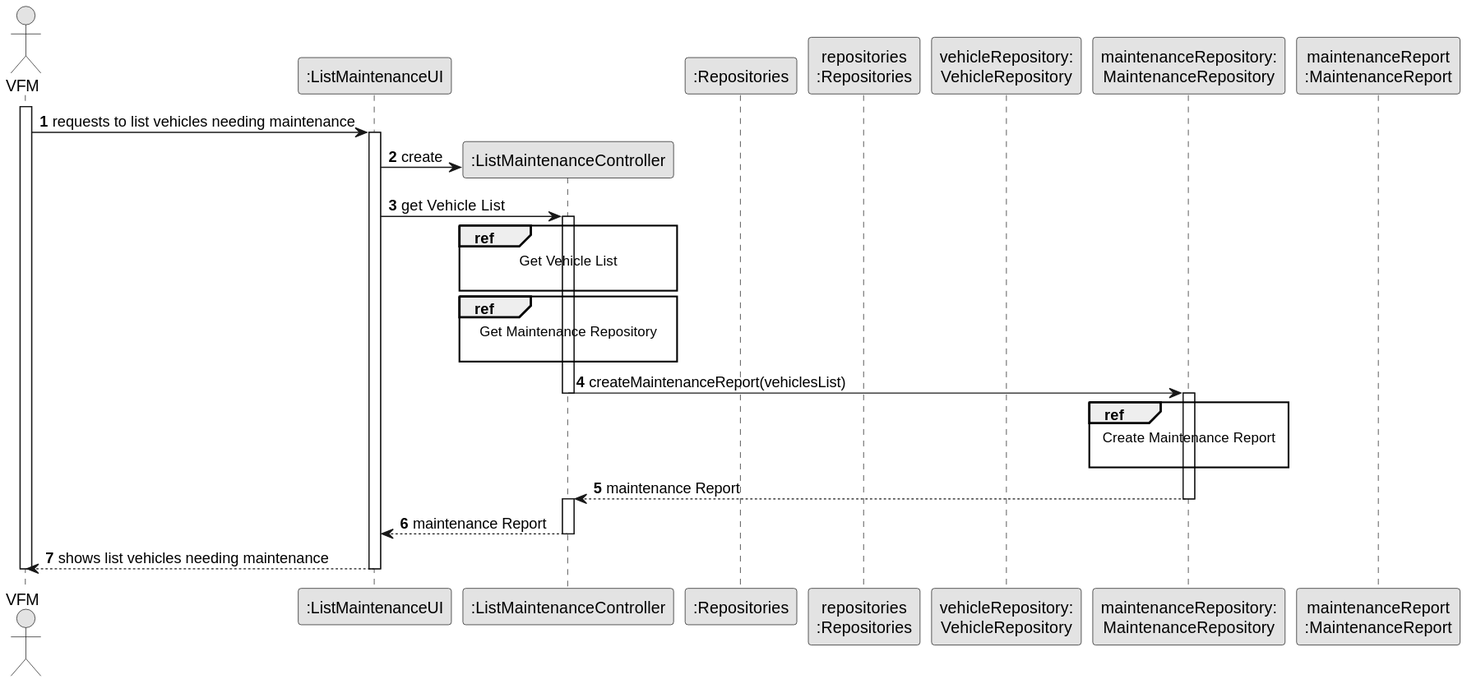
ricardomm7/leaflink keeps this PlantUML diagram as docs/sprintB/us008/03.design/svg/us008-sequence-diagram-split.svg. Above is the earlier version.
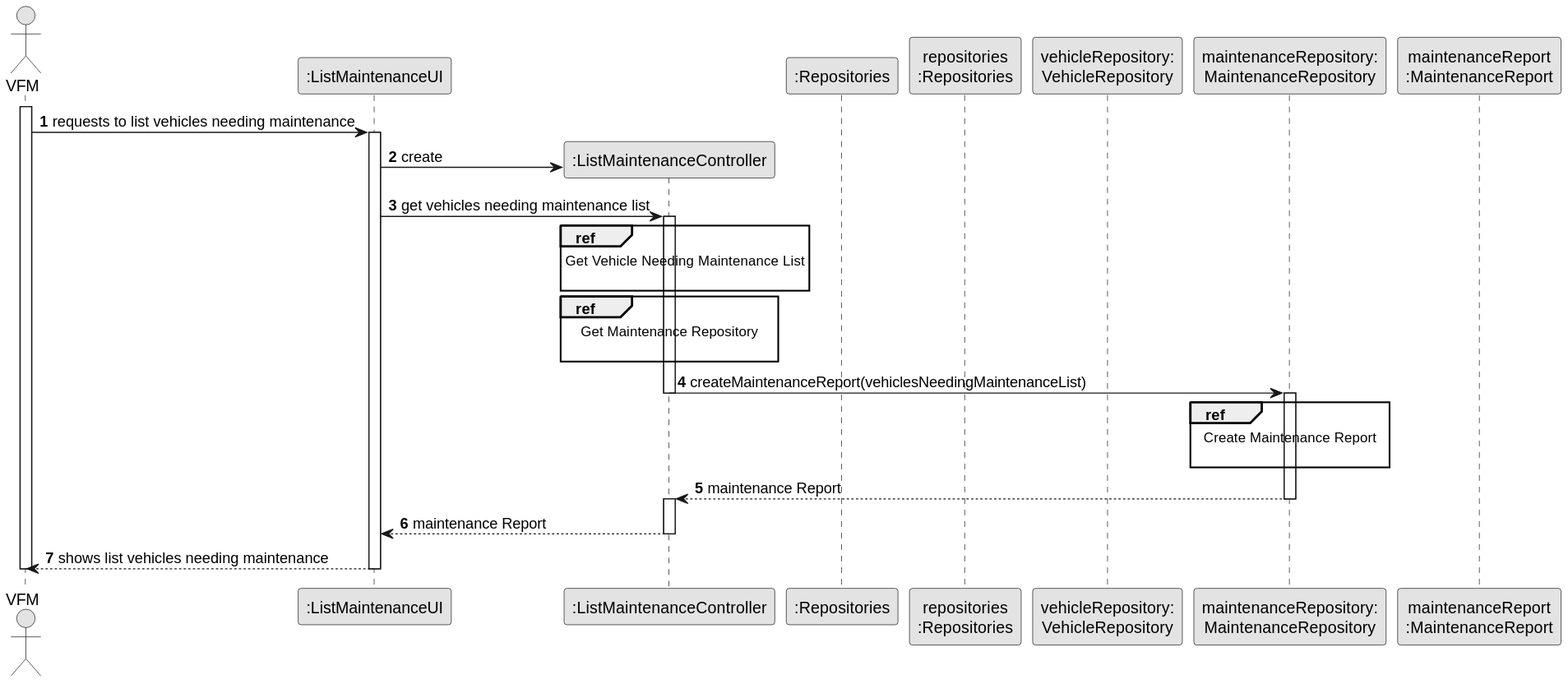
The same diagram one commit later.

What changed in the source:
```diff
@@ -21,11 +21,11 @@
 
         UI -> CTRL** : create
 
-        UI -> CTRL : get Vehicle List
+        UI -> CTRL : get vehicles needing maintenance list
         activate CTRL
 
         ref over CTRL
-                                            Get Vehicle List
+                                            Get Vehicle Needing Maintenance List
 
                                                 end ref
 
@@ -35,7 +35,7 @@
                                                 end ref
 
 
-                CTRL -> MaintenanceRepository : createMaintenanceReport(vehiclesList)
+                CTRL -> MaintenanceRepository : createMaintenanceReport(vehiclesNeedingMaintenanceList)
                 deactivate CTRL
                 activate MaintenanceRepository
 
```
